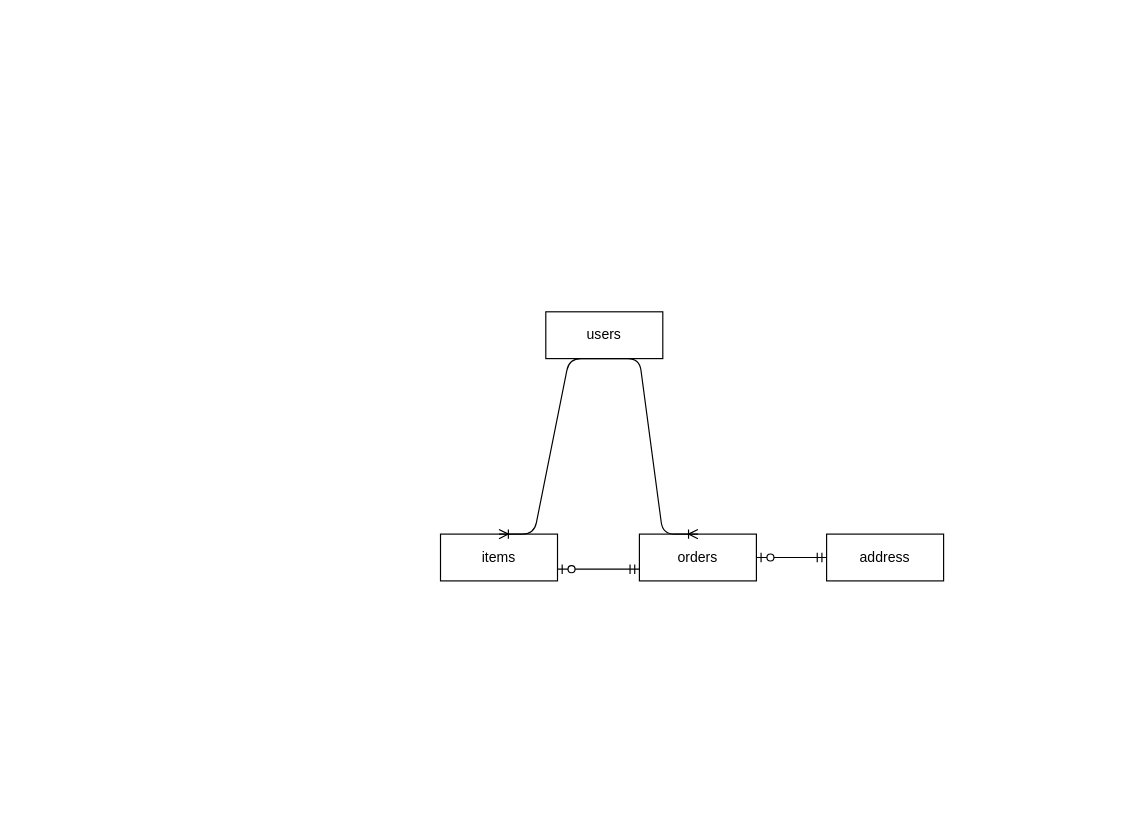
Earlier version of the draw.io diagram ER.dio (nozomitakemura/furima-40269). Source tidied: cells renumbered, new cells numbered last; positions are measured from the earlier drawing's top-left corner, leaving out a move shared by most shapes. Both pictures are drawn from the tidied source at 117%, with x=0, y=0 at pixel (440, 311).
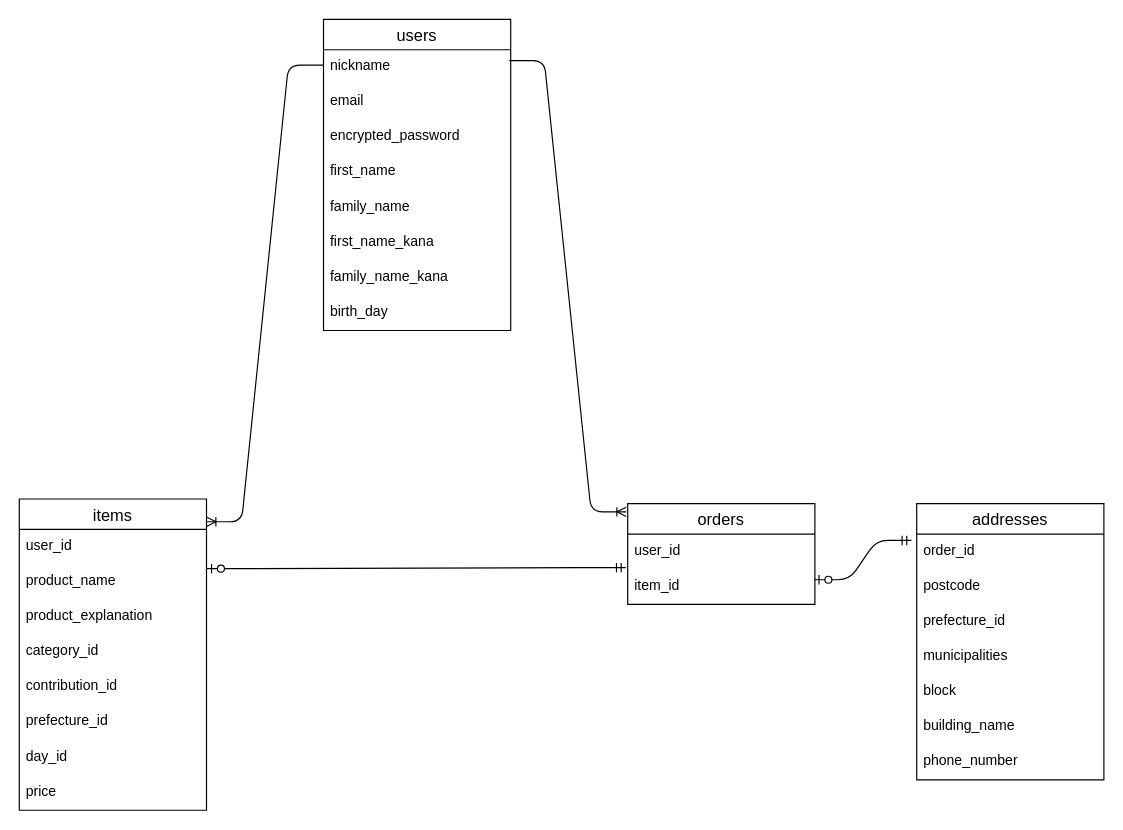
Above is the later version.

Commit message (it also covers changes not shown here):
ER図、README修正

The edit, as a diff of the source:
```diff
@@
-    <mxCell id="2" value="items" style="whiteSpace=wrap;html=1;align=center;" parent="1" vertex="1">
-      <mxGeometry y="190" width="100" height="40" as="geometry" />
-    </mxCell>
-    <mxCell id="3" value="users" style="whiteSpace=wrap;html=1;align=center;" parent="1" vertex="1">
-      <mxGeometry x="90" width="100" height="40" as="geometry" />
-    </mxCell>
-    <mxCell id="4" style="edgeStyle=entityRelationEdgeStyle;fontSize=12;html=1;endArrow=ERoneToMany;exitX=0.5;exitY=1;exitDx=0;exitDy=0;entryX=0.5;entryY=0;entryDx=0;entryDy=0;" parent="1" edge="1" source="3" target="2">
+    <mxCell id="4" style="edgeStyle=entityRelationEdgeStyle;fontSize=12;html=1;endArrow=ERoneToMany;exitX=0;exitY=0.147;exitDx=0;exitDy=0;exitPerimeter=0;entryX=1;entryY=0.073;entryDx=0;entryDy=0;entryPerimeter=0;" parent="1" edge="1" source="3" target="2">
       <mxGeometry relative="1" as="geometry" />
     </mxCell>
-    <mxCell id="5" value="orders" style="whiteSpace=wrap;html=1;align=center;" parent="1" vertex="1">
-      <mxGeometry x="170" y="190" width="100" height="40" as="geometry" />
-    </mxCell>
-    <mxCell id="6" value="address" style="whiteSpace=wrap;html=1;align=center;" parent="1" vertex="1">
-      <mxGeometry x="330" y="190" width="100" height="40" as="geometry" />
-    </mxCell>
-    <mxCell id="7" style="edgeStyle=entityRelationEdgeStyle;fontSize=12;html=1;endArrow=ERoneToMany;exitX=0.5;exitY=1;exitDx=0;exitDy=0;entryX=0.5;entryY=0;entryDx=0;entryDy=0;" parent="1" edge="1" source="3" target="5">
+    <mxCell id="7" style="edgeStyle=entityRelationEdgeStyle;fontSize=12;html=1;endArrow=ERoneToMany;exitX=0.992;exitY=0.133;exitDx=0;exitDy=0;exitPerimeter=0;entryX=-0.008;entryY=0.081;entryDx=0;entryDy=0;entryPerimeter=0;" parent="1" edge="1" source="3" target="5">
       <mxGeometry relative="1" as="geometry" />
     </mxCell>
-    <mxCell id="8" style="edgeStyle=entityRelationEdgeStyle;fontSize=12;html=1;endArrow=ERzeroToOne;startArrow=ERmandOne;entryX=1;entryY=0.75;entryDx=0;entryDy=0;exitX=0;exitY=0.75;exitDx=0;exitDy=0;" parent="1" edge="1" source="5" target="2">
+    <mxCell id="8" style="edgeStyle=entityRelationEdgeStyle;fontSize=12;html=1;endArrow=ERzeroToOne;startArrow=ERmandOne;entryX=1.002;entryY=0.117;entryDx=0;entryDy=0;entryPerimeter=0;exitX=-0.01;exitY=0.953;exitDx=0;exitDy=0;exitPerimeter=0;" parent="1" edge="1" source="18" target="11">
       <mxGeometry relative="1" as="geometry" />
     </mxCell>
-    <mxCell id="9" style="edgeStyle=entityRelationEdgeStyle;fontSize=12;html=1;endArrow=ERzeroToOne;startArrow=ERmandOne;entryX=1;entryY=0.5;entryDx=0;entryDy=0;exitX=0;exitY=0.5;exitDx=0;exitDy=0;" parent="1" edge="1" source="6" target="5">
+    <mxCell id="9" style="edgeStyle=entityRelationEdgeStyle;fontSize=12;html=1;endArrow=ERzeroToOne;startArrow=ERmandOne;exitX=-0.028;exitY=0.181;exitDx=0;exitDy=0;entryX=0.997;entryY=0.3;entryDx=0;entryDy=0;entryPerimeter=0;exitPerimeter=0;" parent="1" edge="1" source="29" target="19">
       <mxGeometry relative="1" as="geometry" />
     </mxCell>
+    <mxCell id="2" value="items" style="swimlane;fontStyle=0;horizontal=1;startSize=26;align=center;fontSize=14;" parent="1" vertex="1">
+      <mxGeometry x="-360" y="160" width="160" height="266" as="geometry" />
+    </mxCell>
+    <mxCell id="10" value="user_id" style="text;strokeColor=none;fillColor=none;spacingLeft=4;spacingRight=4;overflow=hidden;fontSize=12;" parent="2" vertex="1">
+      <mxGeometry y="26" width="160" height="30" as="geometry" />
+    </mxCell>
+    <mxCell id="11" value="product_name" style="text;strokeColor=none;fillColor=none;spacingLeft=4;spacingRight=4;overflow=hidden;points=[[0,0.5],[1,0.5]];portConstraint=eastwest;fontSize=12;" parent="2" vertex="1">
+      <mxGeometry y="56" width="160" height="30" as="geometry" />
+    </mxCell>
+    <mxCell id="12" value="product_explanation" style="text;strokeColor=none;fillColor=none;spacingLeft=4;spacingRight=4;overflow=hidden;fontSize=12;" parent="2" vertex="1">
+      <mxGeometry y="86" width="160" height="30" as="geometry" />
+    </mxCell>
+    <mxCell id="13" value="category_id" style="text;strokeColor=none;fillColor=none;spacingLeft=4;spacingRight=4;overflow=hidden;fontSize=12;" parent="2" vertex="1">
+      <mxGeometry y="116" width="160" height="30" as="geometry" />
+    </mxCell>
+    <mxCell id="14" value="contribution_id" style="text;strokeColor=none;fillColor=none;spacingLeft=4;spacingRight=4;overflow=hidden;fontSize=12;" parent="2" vertex="1">
+      <mxGeometry y="146" width="160" height="30" as="geometry" />
+    </mxCell>
+    <mxCell id="15" value="prefecture_id" style="text;strokeColor=none;fillColor=none;spacingLeft=4;spacingRight=4;overflow=hidden;fontSize=12;" parent="2" vertex="1">
+      <mxGeometry y="176" width="160" height="30" as="geometry" />
+    </mxCell>
+    <mxCell id="16" value="day_id" style="text;strokeColor=none;fillColor=none;spacingLeft=4;spacingRight=4;overflow=hidden;fontSize=12;" parent="2" vertex="1">
+      <mxGeometry y="206" width="160" height="30" as="geometry" />
+    </mxCell>
+    <mxCell id="17" value="price" style="text;strokeColor=none;fillColor=none;spacingLeft=4;spacingRight=4;overflow=hidden;fontSize=12;" parent="2" vertex="1">
+      <mxGeometry y="236" width="160" height="30" as="geometry" />
+    </mxCell>
+    <mxCell id="5" value="orders" style="swimlane;fontStyle=0;horizontal=1;startSize=26;align=center;fontSize=14;" parent="1" vertex="1">
+      <mxGeometry x="160" y="164" width="160" height="86" as="geometry" />
+    </mxCell>
+    <mxCell id="18" value="user_id" style="text;strokeColor=none;fillColor=none;spacingLeft=4;spacingRight=4;overflow=hidden;points=[[0,0.5],[1,0.5]];portConstraint=eastwest;fontSize=12;" parent="5" vertex="1">
+      <mxGeometry y="26" width="160" height="30" as="geometry" />
+    </mxCell>
+    <mxCell id="19" value="item_id" style="text;strokeColor=none;fillColor=none;spacingLeft=4;spacingRight=4;overflow=hidden;points=[[0,0.5],[1,0.5]];portConstraint=eastwest;fontSize=12;" parent="5" vertex="1">
+      <mxGeometry y="56" width="160" height="30" as="geometry" />
+    </mxCell>
+    <mxCell id="3" value="users" style="swimlane;fontStyle=0;horizontal=1;startSize=26;align=center;fontSize=14;" parent="1" vertex="1">
+      <mxGeometry x="-100" y="-250" width="160" height="266" as="geometry" />
+    </mxCell>
+    <mxCell id="20" value="nickname&#10;" style="text;strokeColor=none;fillColor=none;spacingLeft=4;spacingRight=4;overflow=hidden;fontSize=12;" parent="3" vertex="1">
+      <mxGeometry y="26" width="160" height="30" as="geometry" />
+    </mxCell>
+    <mxCell id="21" value="email" style="text;strokeColor=none;fillColor=none;spacingLeft=4;spacingRight=4;overflow=hidden;fontSize=12;" parent="3" vertex="1">
+      <mxGeometry y="56" width="160" height="30" as="geometry" />
+    </mxCell>
+    <mxCell id="22" value="encrypted_password" style="text;strokeColor=none;fillColor=none;spacingLeft=4;spacingRight=4;overflow=hidden;fontSize=12;" parent="3" vertex="1">
+      <mxGeometry y="86" width="160" height="30" as="geometry" />
+    </mxCell>
+    <mxCell id="23" value="first_name" style="text;strokeColor=none;fillColor=none;spacingLeft=4;spacingRight=4;overflow=hidden;fontSize=12;" parent="3" vertex="1">
+      <mxGeometry y="116" width="160" height="30" as="geometry" />
+    </mxCell>
+    <mxCell id="24" value="family_name" style="text;strokeColor=none;fillColor=none;spacingLeft=4;spacingRight=4;overflow=hidden;fontSize=12;" parent="3" vertex="1">
+      <mxGeometry y="146" width="160" height="30" as="geometry" />
+    </mxCell>
+    <mxCell id="25" value="first_name_kana" style="text;strokeColor=none;fillColor=none;spacingLeft=4;spacingRight=4;overflow=hidden;fontSize=12;" parent="3" vertex="1">
+      <mxGeometry y="176" width="160" height="30" as="geometry" />
+    </mxCell>
+    <mxCell id="26" value="family_name_kana" style="text;strokeColor=none;fillColor=none;spacingLeft=4;spacingRight=4;overflow=hidden;fontSize=12;" parent="3" vertex="1">
+      <mxGeometry y="206" width="160" height="30" as="geometry" />
+    </mxCell>
+    <mxCell id="27" value="birth_day" style="text;strokeColor=none;fillColor=none;spacingLeft=4;spacingRight=4;overflow=hidden;fontSize=12;" parent="3" vertex="1">
+      <mxGeometry y="236" width="160" height="30" as="geometry" />
+    </mxCell>
+    <mxCell id="28" value="addresses" style="swimlane;fontStyle=0;horizontal=1;startSize=26;align=center;fontSize=14;" parent="1" vertex="1">
+      <mxGeometry x="407" y="164" width="160" height="236" as="geometry" />
+    </mxCell>
+    <mxCell id="29" value="order_id" style="text;strokeColor=none;fillColor=none;spacingLeft=4;spacingRight=4;overflow=hidden;points=[[0,0.5],[1,0.5]];portConstraint=eastwest;fontSize=12;" parent="28" vertex="1">
+      <mxGeometry y="26" width="160" height="30" as="geometry" />
+    </mxCell>
+    <mxCell id="30" value="postcode" style="text;strokeColor=none;fillColor=none;spacingLeft=4;spacingRight=4;overflow=hidden;fontSize=12;" parent="28" vertex="1">
+      <mxGeometry y="56" width="160" height="30" as="geometry" />
+    </mxCell>
+    <mxCell id="31" value="prefecture_id" style="text;strokeColor=none;fillColor=none;spacingLeft=4;spacingRight=4;overflow=hidden;fontSize=12;" parent="28" vertex="1">
+      <mxGeometry y="86" width="160" height="30" as="geometry" />
+    </mxCell>
+    <mxCell id="32" value="municipalities" style="text;strokeColor=none;fillColor=none;spacingLeft=4;spacingRight=4;overflow=hidden;fontSize=12;" parent="28" vertex="1">
+      <mxGeometry y="116" width="160" height="30" as="geometry" />
+    </mxCell>
+    <mxCell id="33" value="block" style="text;strokeColor=none;fillColor=none;spacingLeft=4;spacingRight=4;overflow=hidden;fontSize=12;" parent="28" vertex="1">
+      <mxGeometry y="146" width="160" height="30" as="geometry" />
+    </mxCell>
+    <mxCell id="34" value="building_name" style="text;strokeColor=none;fillColor=none;spacingLeft=4;spacingRight=4;overflow=hidden;fontSize=12;" parent="28" vertex="1">
+      <mxGeometry y="176" width="160" height="30" as="geometry" />
+    </mxCell>
+    <mxCell id="35" value="phone_number" style="text;strokeColor=none;fillColor=none;spacingLeft=4;spacingRight=4;overflow=hidden;fontSize=12;" parent="28" vertex="1">
+      <mxGeometry y="206" width="160" height="30" as="geometry" />
+    </mxCell>
```
